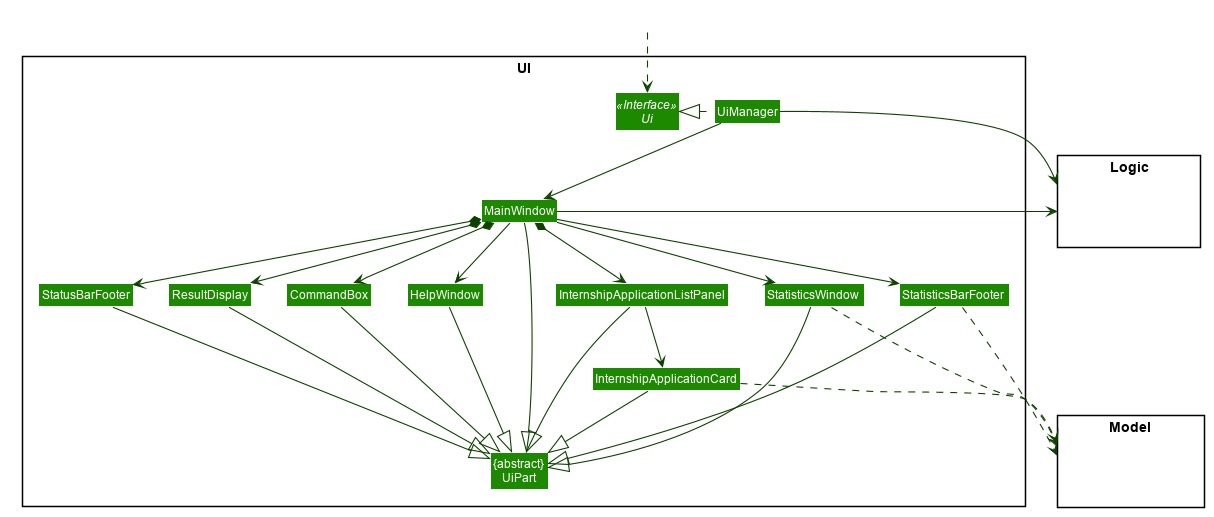
Above: docs/images/UiClassDiagram.png in wxwxwxwx9/main (PlantUML), before the change.
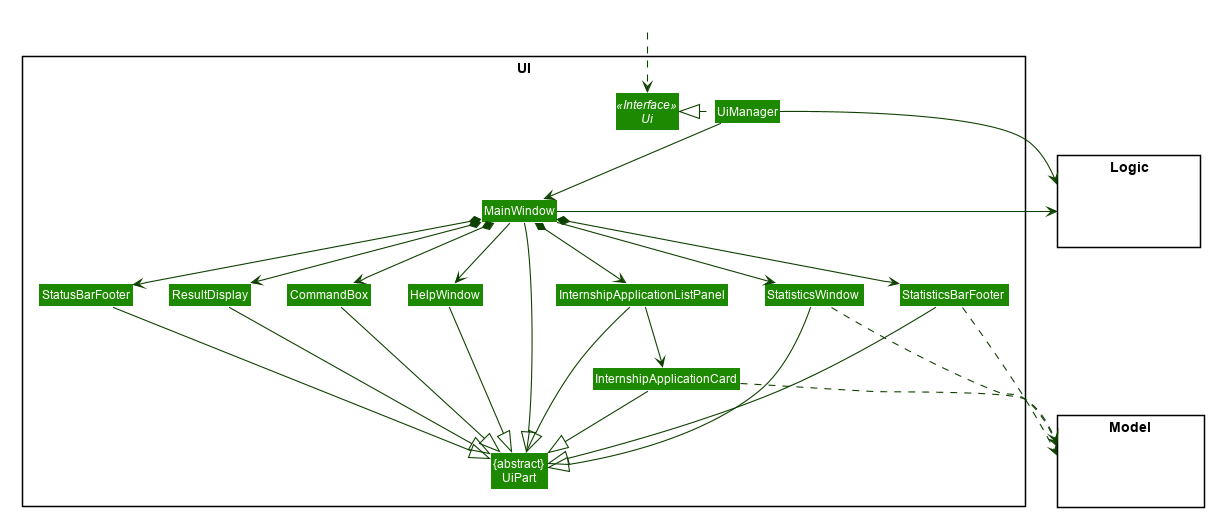
Above is the later version.

Commit message:
UiClassDiagram fix diamond in arrow

Diff of the diagram source:
```diff
@@ -79,8 +79,8 @@
 
 UiManager .left.|> Ui
 UiManager -down-> MainWindow
-MainWindow --> StatisticsWindow
-MainWindow --> StatisticsBarFooter
+MainWindow -down-> StatisticsWindow
+MainWindow *-down-> StatisticsBarFooter
 MainWindow -down-> HelpWindow
 MainWindow *-down-> CommandBox
 MainWindow *-down-> ResultDisplay
```
